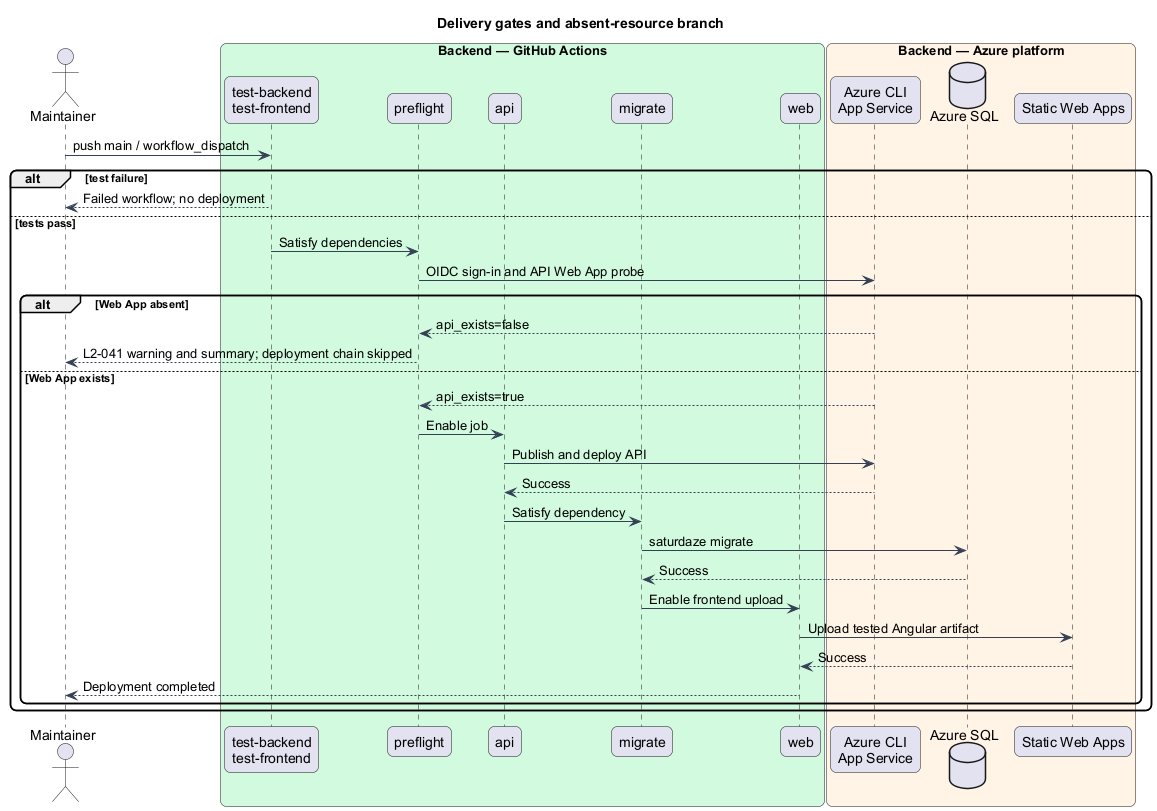
The PlantUML diagram docs/detailed-designs/operations/deploy-to-azure/diagrams/sequence-deploy.png in QuinntyneBrown/saturdaze, before a commit. The source it was exported from:
```plantuml
@startuml
title Delivery gates and absent-resource branch
skinparam backgroundColor #FFFFFF
skinparam shadowing false
skinparam roundcorner 12
skinparam defaultFontName Arial
skinparam ArrowColor #344054

actor "Maintainer" as actor
box "Backend — GitHub Actions" #D1FADF
 participant "test-backend\ntest-frontend" as tests
 participant "preflight" as probe
 participant "api" as api
 participant "migrate" as migrate
 participant "web" as web
end box
box "Backend — Azure platform" #FFF4E5
 participant "Azure CLI\nApp Service" as azure
 database "Azure SQL" as sql
 participant "Static Web Apps" as swa
end box
actor -> tests : push main / workflow_dispatch
alt test failure
tests --> actor : Failed workflow; no deployment
else tests pass
tests -> probe : Satisfy dependencies
probe -> azure : OIDC sign-in and API Web App probe
alt Web App absent
azure --> probe : api_exists=false
probe --> actor : L2-041 warning and summary; deployment chain skipped
else Web App exists
azure --> probe : api_exists=true
probe -> api : Enable job
api -> azure : Publish and deploy API
azure --> api : Success
api -> migrate : Satisfy dependency
migrate -> sql : saturdaze migrate
sql --> migrate : Success
migrate -> web : Enable frontend upload
web -> swa : Upload tested Angular artifact
swa --> web : Success
web --> actor : Deployment completed
end
end
@enduml
```
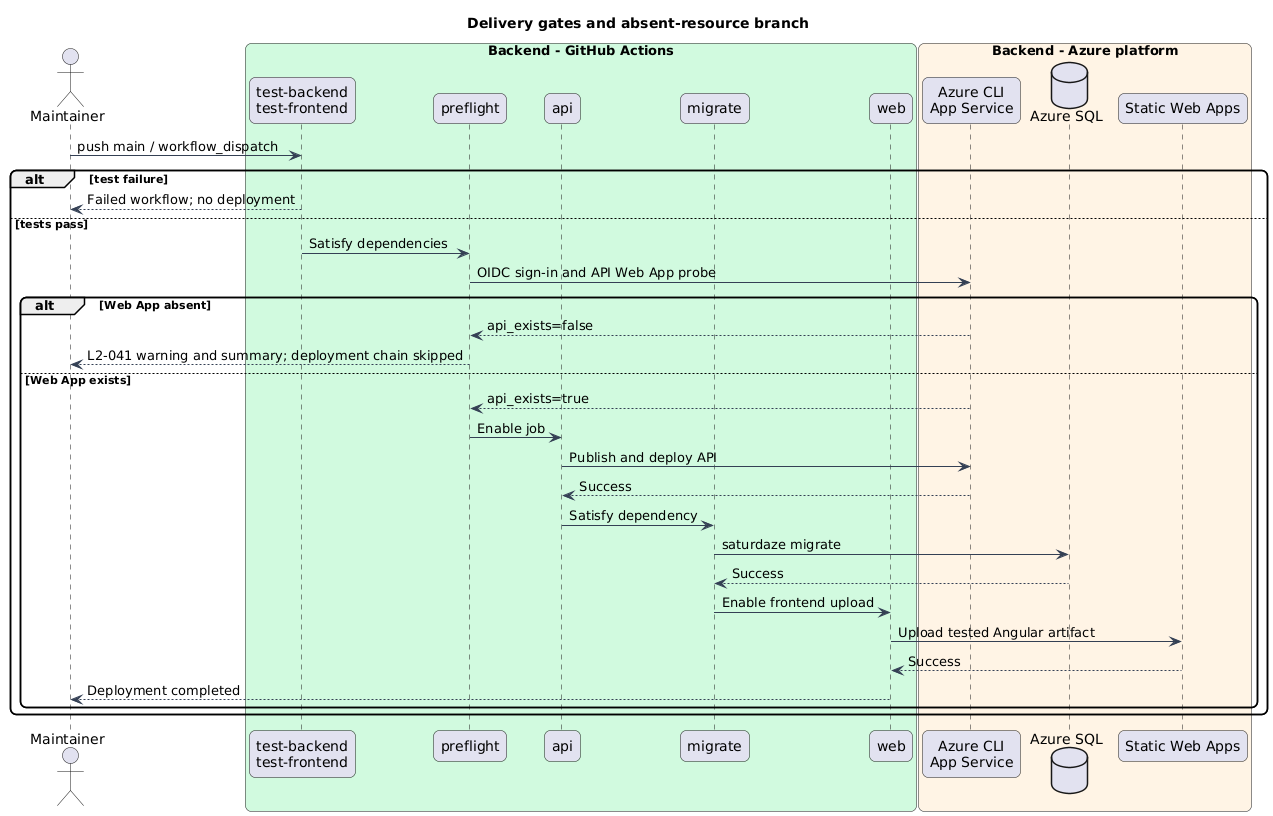
After the commit.

What changed in the source:
```diff
@@ -7,14 +7,14 @@
 skinparam ArrowColor #344054
 
 actor "Maintainer" as actor
-box "Backend — GitHub Actions" #D1FADF
+box "Backend - GitHub Actions" #D1FADF
  participant "test-backend\ntest-frontend" as tests
  participant "preflight" as probe
  participant "api" as api
  participant "migrate" as migrate
  participant "web" as web
 end box
-box "Backend — Azure platform" #FFF4E5
+box "Backend - Azure platform" #FFF4E5
  participant "Azure CLI\nApp Service" as azure
  database "Azure SQL" as sql
  participant "Static Web Apps" as swa
```
